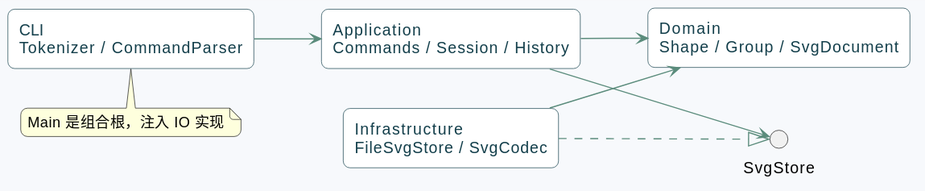
Above: doc/architecture.svg in cqsh01/fudan-lab1-svg-editor (PlantUML), before the change.
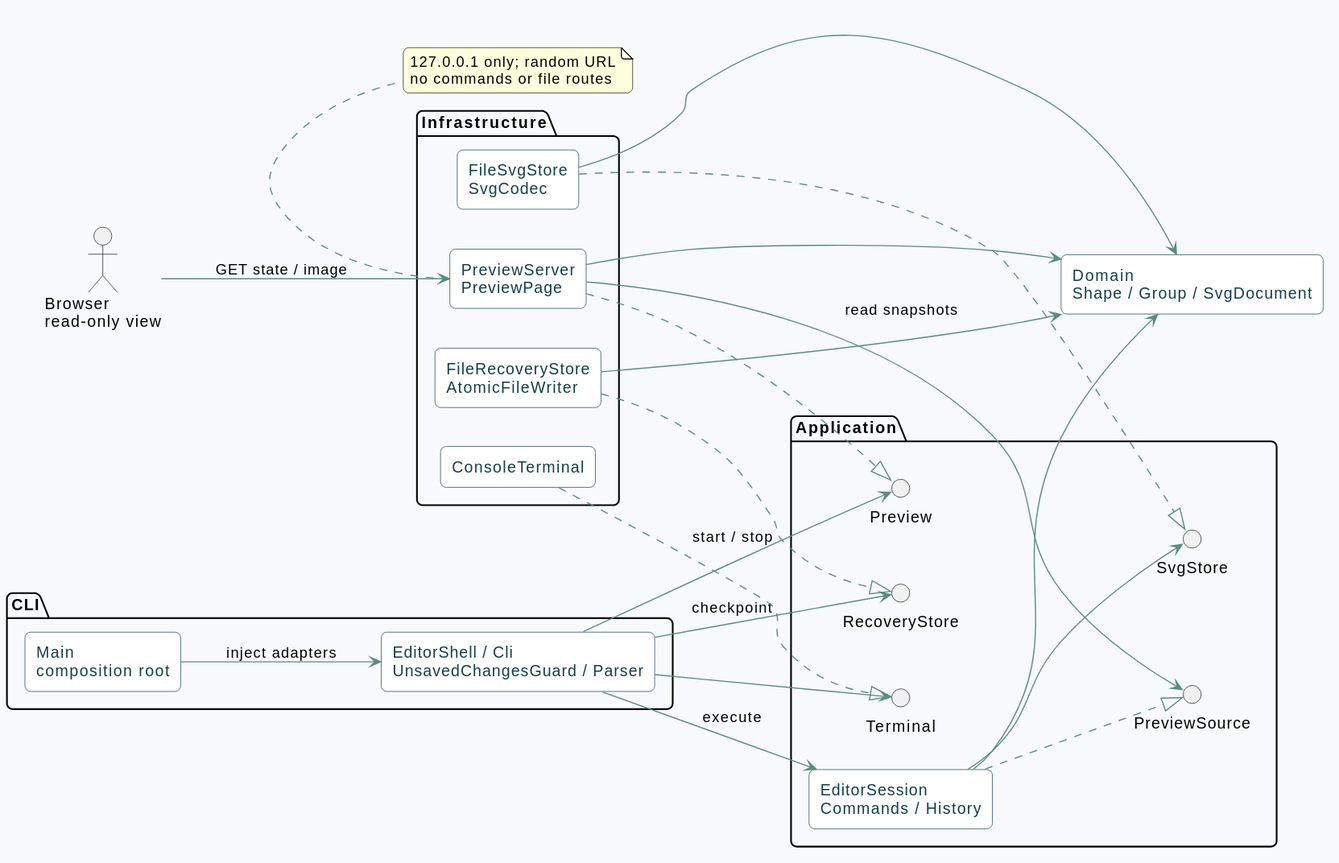
After the change.

The edit, as a diff of the source:
```diff
@@ -2,23 +2,48 @@
 skinparam backgroundColor #F7F9FC
 skinparam componentStyle rectangle
 skinparam shadowing false
-skinparam roundcorner 12
+skinparam roundcorner 10
 skinparam ArrowColor #5B8C7C
-skinparam component {
-  BackgroundColor #FFFFFF
-  BorderColor #133F4B
-  FontColor #133F4B
+skinparam componentBackgroundColor #FFFFFF
+skinparam componentBorderColor #133F4B
+skinparam componentFontColor #133F4B
+left to right direction
+package "CLI" {
+  component "Main\ncomposition root" as Main
+  component "EditorShell / Cli\nUnsavedChangesGuard / Parser" as CommandUI
 }
-left to right direction
-component "CLI\nTokenizer / CommandParser" as CLI
-component "Application\nCommands / Session / History" as App
+package "Application" {
+  component "EditorSession\nCommands / History" as App
+  interface "SvgStore" as Svg
+  interface "RecoveryStore" as Draft
+  interface "Terminal" as Term
+  interface "Preview" as View
+  interface "PreviewSource" as Source
+}
 component "Domain\nShape / Group / SvgDocument" as Domain
-interface "SvgStore" as Port
-component "Infrastructure\nFileSvgStore / SvgCodec" as IO
-CLI --> App
+package "Infrastructure" {
+  component "FileSvgStore\nSvgCodec" as IO
+  component "FileRecoveryStore\nAtomicFileWriter" as Recovery
+  component "ConsoleTerminal" as Console
+  component "PreviewServer\nPreviewPage" as HTTP
+}
+actor "Browser\nread-only view" as Browser
+Main --> CommandUI : inject adapters
+CommandUI --> App : execute
+CommandUI --> Term
+CommandUI --> Draft : checkpoint
+CommandUI --> View : start / stop
 App --> Domain
-App --> Port
-IO ..|> Port
+App --> Svg
+App ..|> Source
+IO ..|> Svg
 IO --> Domain
-note bottom of CLI : Main 是组合根，注入 IO 实现
+Recovery ..|> Draft
+Recovery --> Domain
+Console ..|> Term
+HTTP ..|> View
+HTTP --> Source : read snapshots
+HTTP --> Domain
+Browser --> HTTP : GET state / image
+note bottom of HTTP : 127.0.0.1 only; random URL\nno commands or file routes
 @enduml
```
